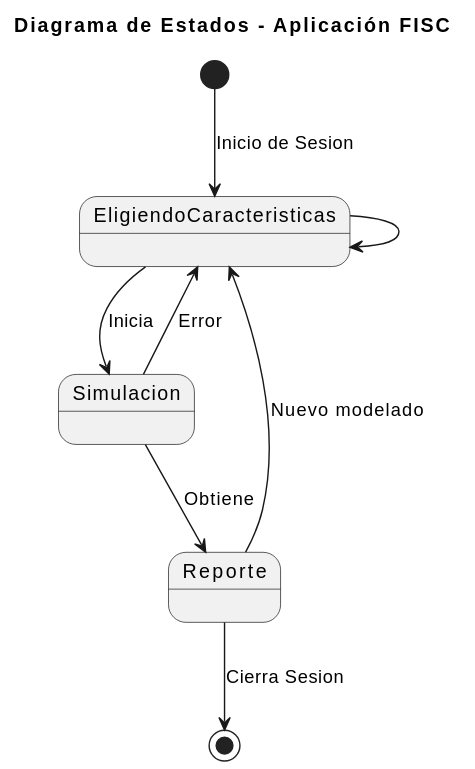
Before: imagenes/modelosUML/diagramaEstados.svg, a diagram exported from PlantUML (mmasias/23-24-IdSw1-SDR).
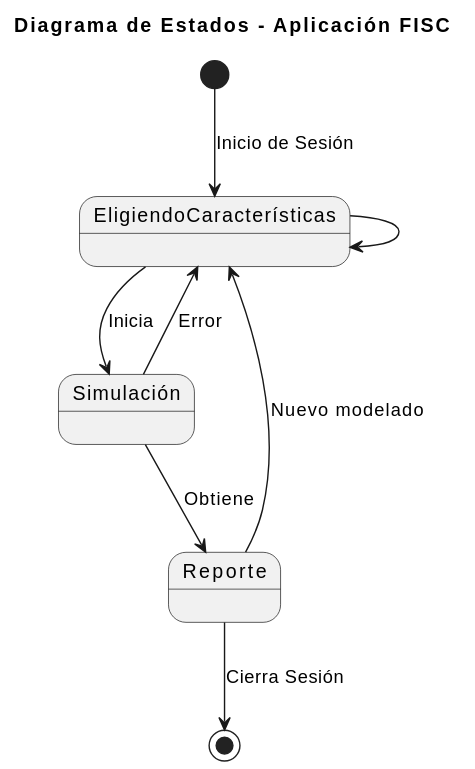
The same file after the commit.

Commit message:
correccion diagrama estados

What changed in the source:
```diff
@@ -1,12 +1,12 @@
 @startuml
 title Diagrama de Estados - Aplicación FISC
 
-[*] --> EligiendoCaracteristicas : Inicio de Sesion
-EligiendoCaracteristicas --> Simulacion : Inicia
-Simulacion --> Reporte : Obtiene
-Reporte --> EligiendoCaracteristicas : Nuevo modelado
-Reporte --> [*] : Cierra Sesion
+[*] --> EligiendoCaracterísticas : Inicio de Sesión
+EligiendoCaracterísticas --> Simulación : Inicia
+Simulación --> Reporte : Obtiene
+Reporte --> EligiendoCaracterísticas : Nuevo modelado
+Reporte --> [*] : Cierra Sesión
 
-EligiendoCaracteristicas --> EligiendoCaracteristicas
-Simulacion --> EligiendoCaracteristicas : Error
+EligiendoCaracterísticas --> EligiendoCaracterísticas
+Simulación --> EligiendoCaracterísticas : Error
 @enduml
```
